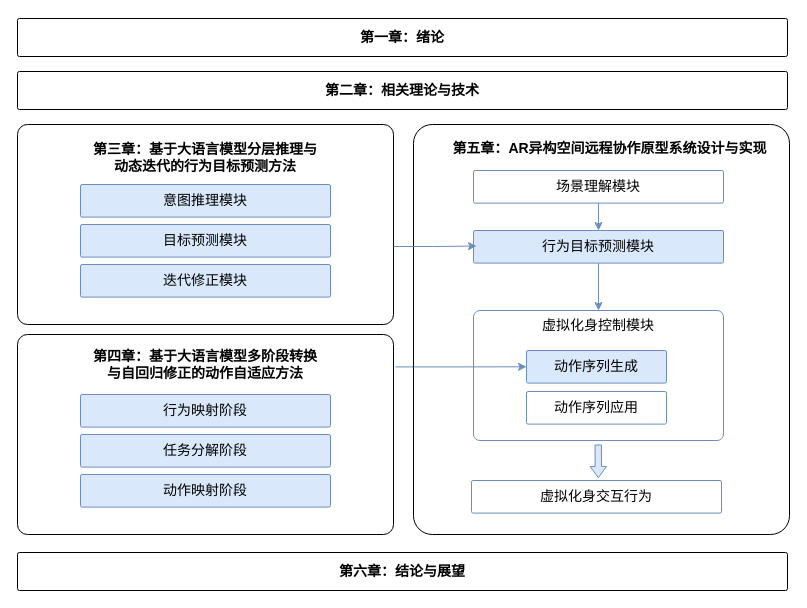
Rinco1018/project_test keeps this draw.io diagram as 研究内容架构.drawio. Above is the earlier version. Source tidied: cells renumbered, new cells numbered last; positions are measured from the earlier drawing's top-left corner, leaving out a move shared by most shapes. Both pictures are drawn from the tidied source at 100%, with x=0, y=0 at pixel (17, 18).
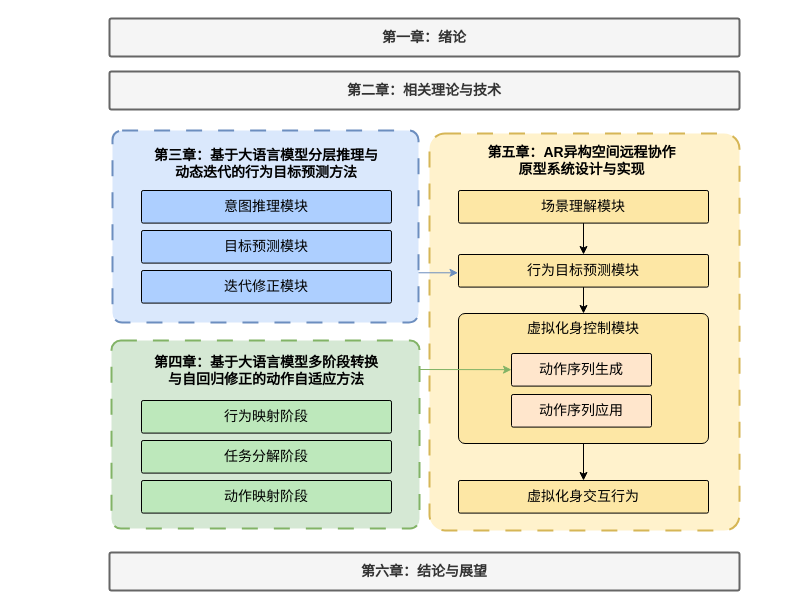
The same diagram, later.

Commit message:
更新研究内容架构.drawio

Diff of the diagram source:
```diff
@@
-    <mxCell id="2" style="rounded=1;arcSize=5;whiteSpace=wrap;html=1;fillColor=none;" parent="1" vertex="1">
-      <mxGeometry y="106" width="376" height="200" as="geometry" />
+    <mxCell id="2" style="rounded=1;arcSize=5;whiteSpace=wrap;html=1;fillColor=#dae8fc;strokeWidth=2;strokeColor=#6c8ebf;dashed=1;dashPattern=8 8;" parent="1" vertex="1">
+      <mxGeometry x="95" y="112" width="306" height="192" as="geometry" />
     </mxCell>
-    <mxCell id="3" value="&lt;font style=&quot;font-size: 14px;&quot;&gt;&lt;b style=&quot;&quot;&gt;&lt;span&gt;&lt;br&gt;&lt;span style=&quot;font-family: Helvetica; font-style: normal; font-variant-ligatures: normal; font-variant-caps: normal; letter-spacing: normal; orphans: 2; text-align: center; text-indent: 0px; text-transform: none; widows: 2; word-spacing: 0px; -webkit-text-stroke-width: 0px; white-space: normal; text-decoration-thickness: initial; text-decoration-style: initial; text-decoration-color: initial; float: none; display: inline !important;&quot;&gt;第三章：基于大语言模型分层推理与动态迭代的行为目标预测方法&lt;/span&gt;&lt;/span&gt;&lt;br&gt;&lt;/b&gt;&lt;/font&gt;" style="text;html=1;align=center;verticalAlign=middle;whiteSpace=wrap;rounded=0;fontColor=default;" parent="1" vertex="1">
-      <mxGeometry x="72" y="116" width="232" height="30" as="geometry" />
+    <mxCell id="3" value="&lt;font style=&quot;font-size: 14px;&quot;&gt;&lt;b style=&quot;&quot;&gt;&lt;span&gt;&lt;br&gt;&lt;span style=&quot;font-family: Helvetica; font-style: normal; font-variant-ligatures: normal; font-variant-caps: normal; letter-spacing: normal; orphans: 2; text-align: center; text-indent: 0px; text-transform: none; widows: 2; word-spacing: 0px; -webkit-text-stroke-width: 0px; white-space: normal; text-decoration-thickness: initial; text-decoration-style: initial; text-decoration-color: initial; float: none; display: inline !important;&quot;&gt;第三章：基于大语言模型分层推理与动态迭代的行为目标预测方法&lt;/span&gt;&lt;/span&gt;&lt;br&gt;&lt;/b&gt;&lt;/font&gt;" style="text;html=1;align=center;verticalAlign=middle;whiteSpace=wrap;rounded=0;fontColor=default;strokeWidth=2;" parent="1" vertex="1">
+      <mxGeometry x="133" y="122" width="232" height="30" as="geometry" />
     </mxCell>
-    <mxCell id="4" value="&lt;font style=&quot;font-size: 14px;&quot;&gt;意图推理模块&lt;/font&gt;" style="rounded=1;arcSize=5;whiteSpace=wrap;html=1;fillColor=#dae8fc;strokeColor=#6c8ebf;" parent="1" vertex="1">
-      <mxGeometry x="63" y="166" width="250" height="32.6" as="geometry" />
+    <mxCell id="4" value="&lt;font style=&quot;font-size: 14px;&quot;&gt;意图推理模块&lt;/font&gt;" style="rounded=1;arcSize=5;whiteSpace=wrap;html=1;strokeWidth=1;fillColor=light-dark(#adcfff, #1d293b);strokeColor=#000000;" parent="1" vertex="1">
+      <mxGeometry x="124" y="172" width="250" height="32.6" as="geometry" />
     </mxCell>
-    <mxCell id="5" value="&lt;font style=&quot;font-size: 14px;&quot;&gt;目标预测模块&lt;/font&gt;" style="rounded=1;arcSize=5;whiteSpace=wrap;html=1;fillColor=#dae8fc;strokeColor=#6c8ebf;" parent="1" vertex="1">
-      <mxGeometry x="63" y="206" width="250" height="32.6" as="geometry" />
+    <mxCell id="5" value="&lt;font style=&quot;font-size: 14px;&quot;&gt;目标预测模块&lt;/font&gt;" style="rounded=1;arcSize=5;whiteSpace=wrap;html=1;strokeWidth=1;strokeColor=#000000;align=center;verticalAlign=middle;fontFamily=Helvetica;fontSize=12;fontColor=default;fillColor=light-dark(#adcfff, #1d293b);" parent="1" vertex="1">
+      <mxGeometry x="124" y="212" width="250" height="32.6" as="geometry" />
     </mxCell>
-    <mxCell id="6" value="&lt;font style=&quot;font-size: 14px;&quot;&gt;迭代修正模块&lt;/font&gt;" style="rounded=1;arcSize=5;whiteSpace=wrap;html=1;fillColor=#dae8fc;strokeColor=#6c8ebf;" parent="1" vertex="1">
-      <mxGeometry x="63" y="246" width="250" height="32.6" as="geometry" />
+    <mxCell id="6" value="&lt;font style=&quot;font-size: 14px;&quot;&gt;迭代修正模块&lt;/font&gt;" style="rounded=1;arcSize=5;whiteSpace=wrap;html=1;strokeWidth=1;strokeColor=#000000;align=center;verticalAlign=middle;fontFamily=Helvetica;fontSize=12;fontColor=default;fillColor=light-dark(#adcfff, #1d293b);" parent="1" vertex="1">
+      <mxGeometry x="124" y="252" width="250" height="32.6" as="geometry" />
     </mxCell>
-    <mxCell id="7" style="edgeStyle=orthogonalEdgeStyle;rounded=0;jettySize=auto;html=1;fillColor=#dae8fc;strokeColor=#6c8ebf;exitX=1.005;exitY=0.162;exitDx=0;exitDy=0;exitPerimeter=0;" parent="1" edge="1" source="8" target="20">
-      <mxGeometry relative="1" as="geometry" />
-    </mxCell>
-    <mxCell id="8" style="rounded=1;arcSize=5;whiteSpace=wrap;html=1;fillColor=none;" parent="1" vertex="1">
-      <mxGeometry y="316" width="376" height="200" as="geometry" />
+    <mxCell id="8" style="rounded=1;arcSize=5;whiteSpace=wrap;html=1;fillColor=#d5e8d4;strokeWidth=2;strokeColor=#82b366;dashed=1;dashPattern=8 8;" parent="1" vertex="1">
+      <mxGeometry x="94" y="322" width="308" height="188" as="geometry" />
     </mxCell>
-    <mxCell id="9" value="&lt;font style=&quot;font-size: 14px;&quot;&gt;&lt;b style=&quot;&quot;&gt;&lt;span&gt;&lt;br&gt;&lt;span style=&quot;font-family: Helvetica; font-style: normal; font-variant-ligatures: normal; font-variant-caps: normal; letter-spacing: normal; orphans: 2; text-align: center; text-indent: 0px; text-transform: none; widows: 2; word-spacing: 0px; -webkit-text-stroke-width: 0px; white-space: normal; text-decoration-thickness: initial; text-decoration-style: initial; text-decoration-color: initial; float: none; display: inline !important;&quot;&gt;第四章：基于大语言模型多阶段转换与自回归修正的动作自适应方法&lt;/span&gt;&lt;/span&gt;&lt;br&gt;&lt;/b&gt;&lt;/font&gt;" style="text;html=1;align=center;verticalAlign=middle;whiteSpace=wrap;rounded=0;fontColor=default;" parent="1" vertex="1">
-      <mxGeometry x="69" y="323" width="238" height="30" as="geometry" />
+    <mxCell id="9" value="&lt;font style=&quot;font-size: 14px;&quot;&gt;&lt;b style=&quot;&quot;&gt;&lt;span&gt;&lt;br&gt;&lt;span style=&quot;font-family: Helvetica; font-style: normal; font-variant-ligatures: normal; font-variant-caps: normal; letter-spacing: normal; orphans: 2; text-align: center; text-indent: 0px; text-transform: none; widows: 2; word-spacing: 0px; -webkit-text-stroke-width: 0px; white-space: normal; text-decoration-thickness: initial; text-decoration-style: initial; text-decoration-color: initial; float: none; display: inline !important;&quot;&gt;第四章：基于大语言模型多阶段转换与自回归修正的动作自适应方法&lt;/span&gt;&lt;/span&gt;&lt;br&gt;&lt;/b&gt;&lt;/font&gt;" style="text;html=1;align=center;verticalAlign=middle;whiteSpace=wrap;rounded=0;fontColor=default;strokeWidth=2;" parent="1" vertex="1">
+      <mxGeometry x="130" y="329" width="238" height="30" as="geometry" />
     </mxCell>
-    <mxCell id="10" value="&lt;font style=&quot;font-size: 14px;&quot;&gt;行为映射阶段&lt;/font&gt;" style="rounded=1;arcSize=5;whiteSpace=wrap;html=1;fillColor=#dae8fc;strokeColor=#6c8ebf;" parent="1" vertex="1">
-      <mxGeometry x="63" y="376" width="250" height="32.6" as="geometry" />
+    <mxCell id="10" value="&lt;font style=&quot;font-size: 14px;&quot;&gt;行为映射阶段&lt;/font&gt;" style="rounded=1;arcSize=5;whiteSpace=wrap;html=1;strokeWidth=1;fillColor=light-dark(#bde8bb, #1f2f1e);strokeColor=#000000;" parent="1" vertex="1">
+      <mxGeometry x="124" y="382" width="250" height="32.6" as="geometry" />
     </mxCell>
-    <mxCell id="11" value="&lt;font style=&quot;font-size: 14px;&quot;&gt;任务分解阶段&lt;/font&gt;" style="rounded=1;arcSize=5;whiteSpace=wrap;html=1;fillColor=#dae8fc;strokeColor=#6c8ebf;" parent="1" vertex="1">
-      <mxGeometry x="63" y="416" width="250" height="32.6" as="geometry" />
+    <mxCell id="11" value="&lt;font style=&quot;font-size: 14px;&quot;&gt;任务分解阶段&lt;/font&gt;" style="rounded=1;arcSize=5;whiteSpace=wrap;html=1;strokeWidth=1;strokeColor=#000000;align=center;verticalAlign=middle;fontFamily=Helvetica;fontSize=12;fontColor=default;fillColor=light-dark(#bde8bb, #1f2f1e);" parent="1" vertex="1">
+      <mxGeometry x="124" y="422" width="250" height="32.6" as="geometry" />
     </mxCell>
-    <mxCell id="12" value="&lt;font style=&quot;font-size: 14px;&quot;&gt;动作映射阶段&lt;/font&gt;" style="rounded=1;arcSize=5;whiteSpace=wrap;html=1;fillColor=#dae8fc;strokeColor=#6c8ebf;" parent="1" vertex="1">
-      <mxGeometry x="63" y="456" width="250" height="32.6" as="geometry" />
+    <mxCell id="12" value="&lt;font style=&quot;font-size: 14px;&quot;&gt;动作映射阶段&lt;/font&gt;" style="rounded=1;arcSize=5;whiteSpace=wrap;html=1;strokeWidth=1;strokeColor=#000000;align=center;verticalAlign=middle;fontFamily=Helvetica;fontSize=12;fontColor=default;fillColor=light-dark(#bde8bb, #1f2f1e);" parent="1" vertex="1">
+      <mxGeometry x="124" y="462" width="250" height="32.6" as="geometry" />
     </mxCell>
-    <mxCell id="13" style="rounded=1;arcSize=5;whiteSpace=wrap;html=1;fillColor=none;" parent="1" vertex="1">
-      <mxGeometry x="396" y="106" width="376" height="410" as="geometry" />
+    <mxCell id="13" style="rounded=1;arcSize=5;whiteSpace=wrap;html=1;fillColor=#fff2cc;strokeWidth=2;strokeColor=#d6b656;dashed=1;dashPattern=8 8;" parent="1" vertex="1">
+      <mxGeometry x="412" y="115" width="310" height="397" as="geometry" />
     </mxCell>
-    <mxCell id="14" value="&lt;font style=&quot;&quot;&gt;&lt;font style=&quot;font-size: 14px;&quot;&gt;&lt;b style=&quot;&quot;&gt;&lt;br&gt;&lt;span style=&quot;font-family: Helvetica; font-style: normal; font-variant-ligatures: normal; font-variant-caps: normal; letter-spacing: normal; orphans: 2; text-align: center; text-indent: 0px; text-transform: none; widows: 2; word-spacing: 0px; -webkit-text-stroke-width: 0px; white-space: normal; text-decoration-thickness: initial; text-decoration-style: initial; text-decoration-color: initial; float: none; display: inline !important;&quot;&gt;第五章：&lt;/span&gt;&lt;/b&gt;&lt;font style=&quot;&quot; face=&quot;Helvetica&quot;&gt;&lt;b style=&quot;&quot;&gt;&lt;span style=&quot;line-height: 120%;&quot; lang=&quot;EN-US&quot;&gt;AR异构空间&lt;/span&gt;&lt;span style=&quot;line-height: 120%;&quot;&gt;远程协作原型系统设计与实现&lt;/span&gt;&lt;/b&gt;&lt;/font&gt;&lt;/font&gt;&lt;b style=&quot;font-size: 14px;&quot;&gt;&lt;br&gt;&lt;/b&gt;&lt;/font&gt;" style="text;html=1;align=center;verticalAlign=middle;whiteSpace=wrap;rounded=0;fontColor=default;" parent="1" vertex="1">
-      <mxGeometry x="431" y="106" width="323" height="30" as="geometry" />
+    <mxCell id="14" value="&lt;font style=&quot;&quot;&gt;&lt;font style=&quot;font-size: 14px;&quot;&gt;&lt;b style=&quot;&quot;&gt;&lt;br&gt;&lt;span style=&quot;font-family: Helvetica; font-style: normal; font-variant-ligatures: normal; font-variant-caps: normal; letter-spacing: normal; orphans: 2; text-align: center; text-indent: 0px; text-transform: none; widows: 2; word-spacing: 0px; -webkit-text-stroke-width: 0px; white-space: normal; text-decoration-thickness: initial; text-decoration-style: initial; text-decoration-color: initial; float: none; display: inline !important;&quot;&gt;第五章：&lt;/span&gt;&lt;/b&gt;&lt;font style=&quot;&quot; face=&quot;Helvetica&quot;&gt;&lt;b style=&quot;&quot;&gt;&lt;span style=&quot;line-height: 120%;&quot; lang=&quot;EN-US&quot;&gt;AR异构空间&lt;/span&gt;&lt;span style=&quot;line-height: 120%;&quot;&gt;远程协作原型系统设计与实现&lt;/span&gt;&lt;/b&gt;&lt;/font&gt;&lt;/font&gt;&lt;b style=&quot;font-size: 14px;&quot;&gt;&lt;br&gt;&lt;/b&gt;&lt;/font&gt;" style="text;html=1;align=center;verticalAlign=middle;whiteSpace=wrap;rounded=0;fontColor=default;strokeWidth=2;" parent="1" vertex="1">
+      <mxGeometry x="464.5" y="119" width="199" height="30" as="geometry" />
     </mxCell>
-    <mxCell id="15" value="&lt;font style=&quot;font-size: 14px;&quot;&gt;场景理解模块&lt;/font&gt;" style="rounded=1;arcSize=5;whiteSpace=wrap;html=1;fillColor=none;strokeColor=#6c8ebf;" parent="1" vertex="1">
-      <mxGeometry x="456" y="152" width="250" height="32.6" as="geometry" />
+    <mxCell id="15" value="&lt;font style=&quot;font-size: 14px;&quot;&gt;场景理解模块&lt;/font&gt;" style="rounded=1;arcSize=5;whiteSpace=wrap;html=1;strokeWidth=1;fillColor=light-dark(#fde7a5, #281d00);strokeColor=#000000;align=center;verticalAlign=middle;fontFamily=Helvetica;fontSize=12;" parent="1" vertex="1">
+      <mxGeometry x="441" y="172" width="250" height="32.6" as="geometry" />
     </mxCell>
-    <mxCell id="16" style="edgeStyle=orthogonalEdgeStyle;rounded=0;jettySize=auto;html=1;entryX=0.5;entryY=0;entryDx=0;entryDy=0;fillColor=#dae8fc;strokeColor=#6c8ebf;" parent="1" edge="1" source="17" target="19">
+    <mxCell id="16" style="edgeStyle=orthogonalEdgeStyle;rounded=0;jettySize=auto;html=1;entryX=0.5;entryY=0;entryDx=0;entryDy=0;fillColor=#dae8fc;strokeColor=#000000;strokeWidth=1;" parent="1" edge="1" source="17" target="19">
       <mxGeometry relative="1" as="geometry" />
     </mxCell>
-    <mxCell id="17" value="&lt;font style=&quot;font-size: 14px;&quot;&gt;行为目标预测模块&lt;/font&gt;" style="rounded=1;arcSize=5;whiteSpace=wrap;html=1;fillColor=#dae8fc;strokeColor=#6c8ebf;" parent="1" vertex="1">
-      <mxGeometry x="456" y="212" width="250" height="32.6" as="geometry" />
+    <mxCell id="17" value="&lt;font style=&quot;font-size: 14px;&quot;&gt;行为目标预测模块&lt;/font&gt;" style="rounded=1;arcSize=5;whiteSpace=wrap;html=1;strokeWidth=1;fillColor=light-dark(#fde7a5, #281d00);strokeColor=#000000;align=center;verticalAlign=middle;fontFamily=Helvetica;fontSize=12;fontColor=default;" parent="1" vertex="1">
+      <mxGeometry x="441" y="236" width="250" height="32.6" as="geometry" />
     </mxCell>
+    <mxCell id="29" style="edgeStyle=orthogonalEdgeStyle;rounded=0;jettySize=auto;html=1;exitX=0.5;exitY=1;exitDx=0;exitDy=0;" parent="1" edge="1" source="18" target="25">
+      <mxGeometry relative="1" as="geometry" />
+    </mxCell>
-    <mxCell id="18" style="rounded=1;arcSize=5;whiteSpace=wrap;html=1;fillColor=none;strokeColor=#6c8ebf;gradientColor=none;" parent="1" vertex="1">
-      <mxGeometry x="456" y="292" width="250" height="130" as="geometry" />
+    <mxCell id="18" style="rounded=1;arcSize=5;whiteSpace=wrap;html=1;strokeWidth=1;fillColor=light-dark(#fde7a5, #281d00);strokeColor=#000000;align=center;verticalAlign=middle;fontFamily=Helvetica;fontSize=12;fontColor=default;" parent="1" vertex="1">
+      <mxGeometry x="441" y="295" width="250" height="130" as="geometry" />
     </mxCell>
-    <mxCell id="19" value="&lt;span style=&quot;font-size: 14px;&quot;&gt;虚拟化身控制模块&lt;/span&gt;" style="text;html=1;align=center;verticalAlign=middle;whiteSpace=wrap;rounded=0;" parent="1" vertex="1">
-      <mxGeometry x="476" y="292" width="210" height="30" as="geometry" />
+    <mxCell id="19" value="&lt;span style=&quot;font-size: 14px;&quot;&gt;虚拟化身控制模块&lt;/span&gt;" style="text;html=1;align=center;verticalAlign=middle;whiteSpace=wrap;rounded=0;strokeWidth=2;" parent="1" vertex="1">
+      <mxGeometry x="461" y="295" width="210" height="30" as="geometry" />
     </mxCell>
-    <mxCell id="20" value="&lt;font style=&quot;font-size: 14px;&quot;&gt;动作序列生成&lt;/font&gt;" style="rounded=1;arcSize=5;whiteSpace=wrap;html=1;fillColor=#dae8fc;strokeColor=#6c8ebf;" parent="1" vertex="1">
-      <mxGeometry x="509" y="332" width="140" height="32.6" as="geometry" />
+    <mxCell id="20" value="&lt;font style=&quot;font-size: 14px;&quot;&gt;动作序列生成&lt;/font&gt;" style="rounded=1;arcSize=5;whiteSpace=wrap;html=1;fillColor=#ffe6cc;strokeColor=#000000;strokeWidth=1;" parent="1" vertex="1">
+      <mxGeometry x="494" y="335" width="140" height="32.6" as="geometry" />
     </mxCell>
-    <mxCell id="21" value="&lt;font style=&quot;font-size: 14px;&quot;&gt;动作序列应用&lt;/font&gt;" style="rounded=1;arcSize=5;whiteSpace=wrap;html=1;fillColor=none;strokeColor=#6c8ebf;" parent="1" vertex="1">
-      <mxGeometry x="509" y="373" width="140" height="32.6" as="geometry" />
+    <mxCell id="21" value="&lt;font style=&quot;font-size: 14px;&quot;&gt;动作序列应用&lt;/font&gt;" style="rounded=1;arcSize=5;whiteSpace=wrap;html=1;fillColor=#ffe6cc;strokeColor=#000000;strokeWidth=1;" parent="1" vertex="1">
+      <mxGeometry x="494" y="376" width="140" height="32.6" as="geometry" />
     </mxCell>
-    <mxCell id="22" style="shape=flexArrow;endArrow=classic;html=1;rounded=0;width=6.4;endSize=3.4159999999999995;endWidth=8.959999999999999;fillColor=#dae8fc;strokeColor=#6c8ebf;" parent="1" edge="1">
-      <mxGeometry relative="1" as="geometry">
-        <mxPoint x="580.7" y="426" as="sourcePoint" />
-        <mxPoint x="580.9" y="459.7" as="targetPoint" />
-      </mxGeometry>
-    </mxCell>
-    <mxCell id="23" style="edgeStyle=orthogonalEdgeStyle;rounded=0;jettySize=auto;html=1;exitX=0.5;exitY=1;exitDx=0;exitDy=0;fillColor=#dae8fc;strokeColor=#6c8ebf;" parent="1" edge="1" source="15" target="17">
+    <mxCell id="23" style="edgeStyle=orthogonalEdgeStyle;rounded=0;jettySize=auto;html=1;exitX=0.5;exitY=1;exitDx=0;exitDy=0;fillColor=#dae8fc;strokeColor=#000000;strokeWidth=1;" parent="1" edge="1" source="15" target="17">
       <mxGeometry relative="1" as="geometry" />
     </mxCell>
-    <mxCell id="24" style="edgeStyle=orthogonalEdgeStyle;rounded=0;jettySize=auto;html=1;entryX=0.012;entryY=0.478;entryDx=0;entryDy=0;entryPerimeter=0;exitX=1;exitY=0.61;exitDx=0;exitDy=0;exitPerimeter=0;fillColor=#dae8fc;strokeColor=#6c8ebf;" parent="1" edge="1" source="2" target="17">
-      <mxGeometry relative="1" as="geometry" />
-    </mxCell>
-    <mxCell id="25" value="&lt;span style=&quot;font-size: 14px;&quot;&gt;虚拟化身交互行为&lt;/span&gt;" style="rounded=1;arcSize=5;whiteSpace=wrap;html=1;fillColor=none;strokeColor=#6c8ebf;" parent="1" vertex="1">
-      <mxGeometry x="454" y="462" width="250" height="32.6" as="geometry" />
+    <mxCell id="25" value="&lt;span style=&quot;font-size: 14px;&quot;&gt;虚拟化身交互行为&lt;/span&gt;" style="rounded=1;arcSize=5;whiteSpace=wrap;html=1;strokeWidth=1;fillColor=light-dark(#fde7a5, #281d00);strokeColor=#000000;align=center;verticalAlign=middle;fontFamily=Helvetica;fontSize=12;fontColor=default;" parent="1" vertex="1">
+      <mxGeometry x="441" y="462" width="250" height="32.6" as="geometry" />
     </mxCell>
-    <mxCell id="26" value="&lt;b style=&quot;font-size: 14px;&quot;&gt;第六章：结论与展望&lt;/b&gt;" style="rounded=1;arcSize=5;whiteSpace=wrap;html=1;fillColor=none;" parent="1" vertex="1">
-      <mxGeometry y="534" width="770" height="38" as="geometry" />
+    <mxCell id="26" value="&lt;b style=&quot;font-size: 14px;&quot;&gt;第六章：结论与展望&lt;/b&gt;" style="rounded=1;arcSize=5;whiteSpace=wrap;html=1;fillColor=#f5f5f5;strokeWidth=2;fontColor=#333333;strokeColor=#666666;" parent="1" vertex="1">
+      <mxGeometry x="92" y="534" width="630" height="38" as="geometry" />
     </mxCell>
-    <mxCell id="27" value="&lt;b style=&quot;font-size: 14px;&quot;&gt;第二章：相关理论与技术&lt;/b&gt;" style="rounded=1;arcSize=5;whiteSpace=wrap;html=1;fillColor=none;" parent="1" vertex="1">
-      <mxGeometry y="53" width="770" height="38" as="geometry" />
+    <mxCell id="27" value="&lt;b style=&quot;font-size: 14px;&quot;&gt;第二章：相关理论与技术&lt;/b&gt;" style="rounded=1;arcSize=5;whiteSpace=wrap;html=1;fillColor=#f5f5f5;strokeWidth=2;fontColor=#333333;strokeColor=#666666;" parent="1" vertex="1">
+      <mxGeometry x="92" y="53" width="630" height="38" as="geometry" />
     </mxCell>
-    <mxCell id="28" value="&lt;b style=&quot;font-size: 14px;&quot;&gt;第一章：绪论&lt;/b&gt;" style="rounded=1;arcSize=5;whiteSpace=wrap;html=1;fillColor=none;" parent="1" vertex="1">
-      <mxGeometry width="770" height="38" as="geometry" />
+    <mxCell id="28" value="&lt;b style=&quot;font-size: 14px;&quot;&gt;第一章：绪论&lt;/b&gt;" style="rounded=1;arcSize=5;whiteSpace=wrap;html=1;fillColor=#f5f5f5;strokeWidth=2;fontColor=#333333;strokeColor=#666666;" parent="1" vertex="1">
+      <mxGeometry x="92" width="630" height="38" as="geometry" />
     </mxCell>
+    <mxCell id="24" style="endArrow=classic;html=1;rounded=0;exitX=1;exitY=0.741;exitDx=0;exitDy=0;entryX=-0.002;entryY=0.562;entryDx=0;entryDy=0;entryPerimeter=0;exitPerimeter=0;strokeWidth=1;fillColor=#dae8fc;strokeColor=#6c8ebf;" parent="1" edge="1" source="2" target="17">
+      <mxGeometry relative="1" as="geometry" />
+    </mxCell>
+    <mxCell id="30" style="endArrow=classic;html=1;rounded=0;strokeWidth=1;fillColor=#d5e8d4;strokeColor=#82b366;" parent="1" edge="1" target="20">
+      <mxGeometry relative="1" as="geometry">
+        <mxPoint x="402" y="351" as="sourcePoint" />
+      </mxGeometry>
+    </mxCell>
```
